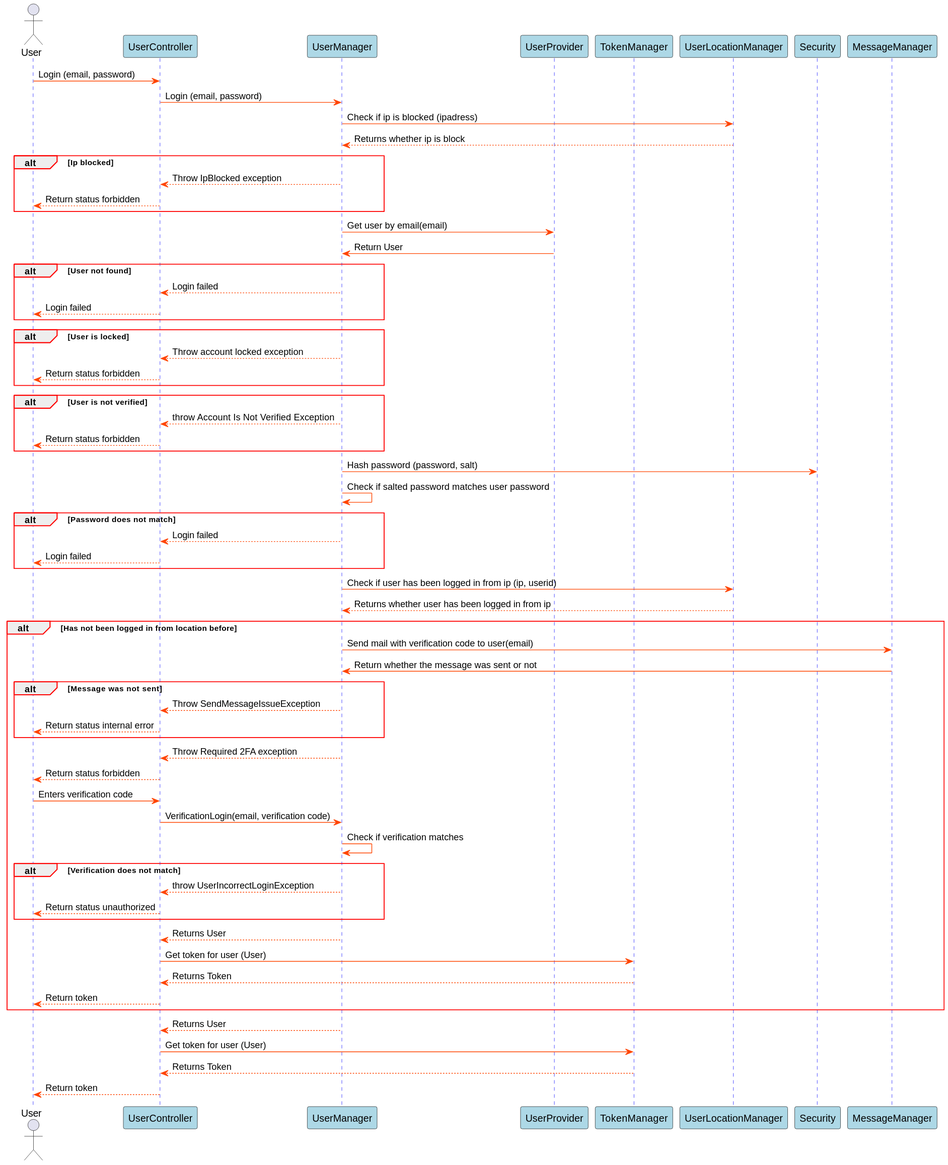
Earlier version of the PlantUML export Docs/out/SDDiagrams/LoginSD/Login SD.svg (blackout1471/trust-us-school).
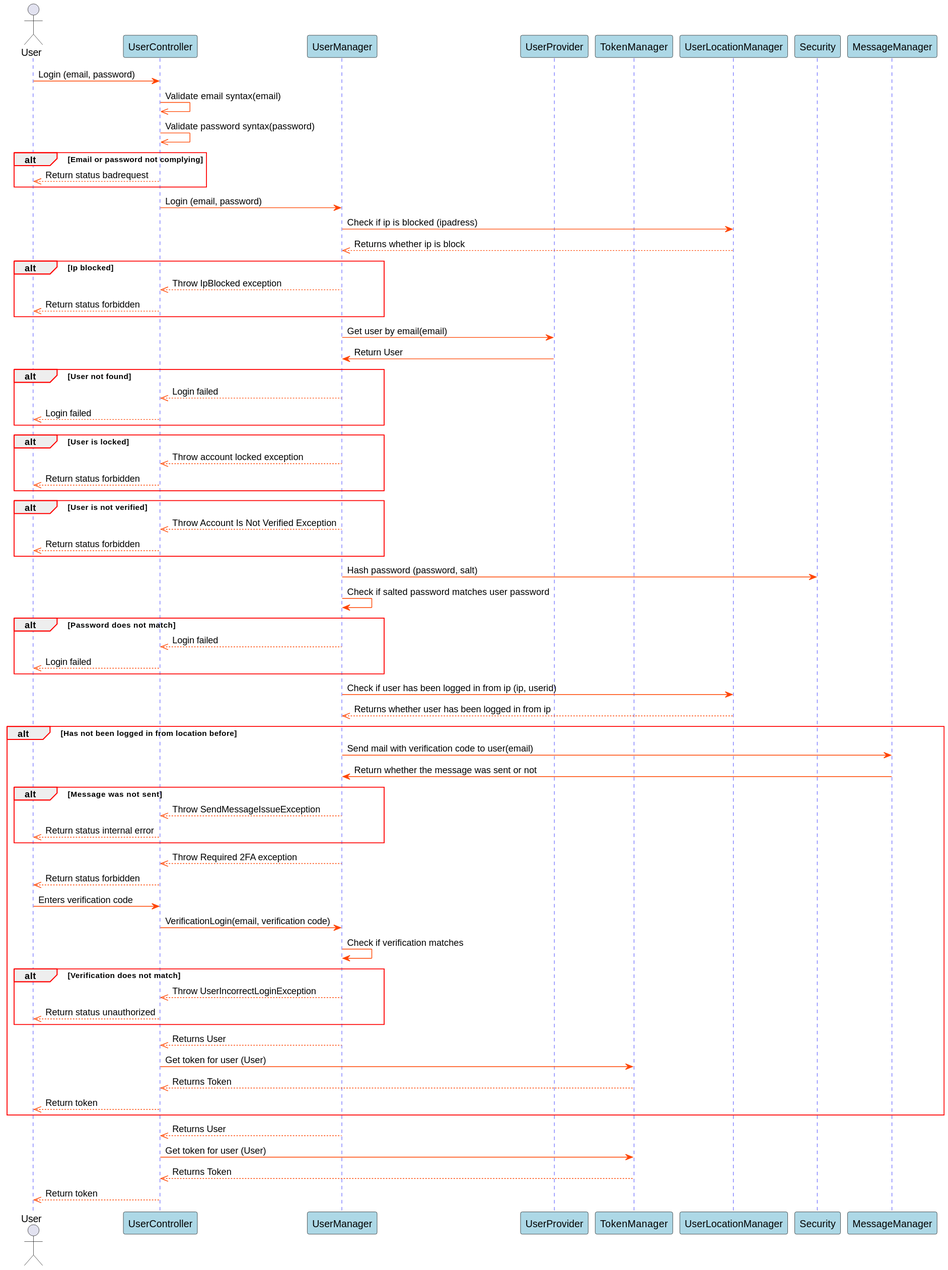
The same diagram one commit later.

Diff of the diagram source:
```diff
@@ -20,13 +20,21 @@
 participant Security
 
 User->UserController: Login (email, password)
+
+UserController->>UserController: Validate email syntax(email)
+UserController->>UserController: Validate password syntax(password)
+
+alt Email or password not complying
+UserController-->>User: Return status badrequest
+end
+
 UserController->UserManager: Login (email, password)
 UserManager->UserLocationManager: Check if ip is blocked (ipadress)
-UserLocationManager-->UserManager: Returns whether ip is block
+UserLocationManager-->>UserManager: Returns whether ip is block
 
 alt Ip blocked
-UserManager-->UserController: Throw IpBlocked exception
-UserController-->User: Return status forbidden
+UserManager-->>UserController: Throw IpBlocked exception
+UserController-->>User: Return status forbidden
 end
 
 UserManager->UserProvider: Get user by email(email)
@@ -35,22 +43,22 @@
 
 alt User not found
 
-UserManager-->UserController: Login failed
-UserController-->User: Login failed
+UserManager-->>UserController: Login failed
+UserController-->>User: Login failed
 
 end
 
 alt User is locked
 
-UserManager-->UserController: Throw account locked exception
-UserController-->User: Return status forbidden
+UserManager-->>UserController: Throw account locked exception
+UserController-->>User: Return status forbidden
 
 end
 
 alt User is not verified
 
-UserManager-->UserController: throw Account Is Not Verified Exception
-UserController-->User: Return status forbidden
+UserManager-->>UserController: Throw Account Is Not Verified Exception
+UserController-->>User: Return status forbidden
 
 end
 
@@ -59,14 +67,14 @@
 
 alt Password does not match
 
-UserManager-->UserController: Login failed
-UserController-->User: Login failed
+UserManager-->>UserController: Login failed
+UserController-->>User: Login failed
 
 end
 
 
 UserManager->UserLocationManager: Check if user has been logged in from ip (ip, userid)
-UserLocationManager-->UserManager: Returns whether user has been logged in from ip
+UserLocationManager-->>UserManager: Returns whether user has been logged in from ip
 
 alt Has not been logged in from location before
 
@@ -74,30 +82,30 @@
 MessageManager->UserManager: Return whether the message was sent or not
 alt Message was not sent
 
-UserManager --> UserController: Throw SendMessageIssueException
-UserController --> User: Return status internal error
+UserManager -->> UserController: Throw SendMessageIssueException
+UserController -->> User: Return status internal error
 end
-UserManager-->UserController: Throw Required 2FA exception
-UserController-->User: Return status forbidden
+UserManager-->>UserController: Throw Required 2FA exception
+UserController-->>User: Return status forbidden
 User->UserController: Enters verification code
 UserController->UserManager: VerificationLogin(email, verification code)
 UserManager->UserManager: Check if verification matches
 alt Verification does not match
 
-UserManager-->UserController: throw UserIncorrectLoginException
-UserController-->User: Return status unauthorized
+UserManager-->>UserController: Throw UserIncorrectLoginException
+UserController-->>User: Return status unauthorized
 
 end
-UserManager-->UserController: Returns User
+UserManager-->>UserController: Returns User
 UserController->TokenManager: Get token for user (User)
-TokenManager-->UserController: Returns Token
-UserController-->User: Return token
+TokenManager-->>UserController: Returns Token
+UserController-->>User: Return token
 end
 
-UserManager-->UserController: Returns User
+UserManager-->>UserController: Returns User
 UserController->TokenManager: Get token for user (User)
-TokenManager-->UserController: Returns Token
+TokenManager-->>UserController: Returns Token
 
-UserController-->User: Return token
+UserController-->>User: Return token
 
 @enduml
```
